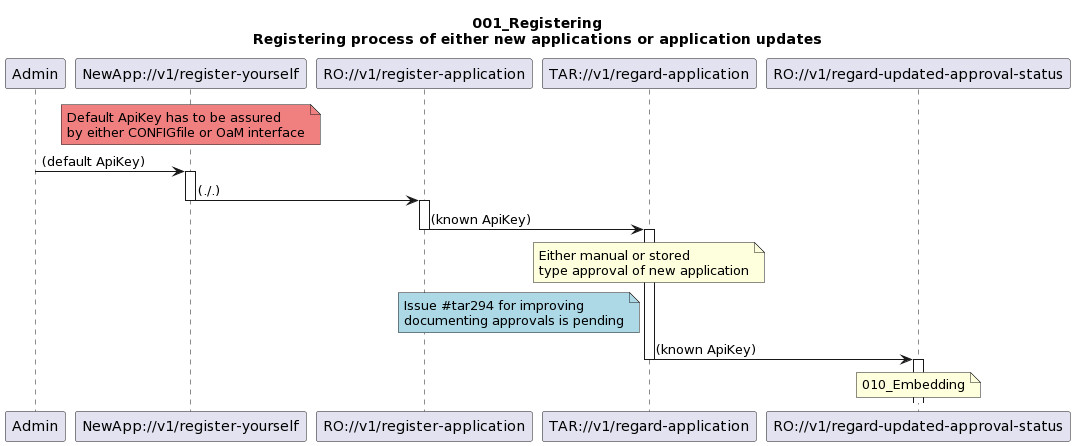
openBackhaul/ApplicationPattern keeps this PlantUML diagram as spec/diagrams/systemScope/001_Registering.png. Above is the earlier version. Its diagram source:
```plantuml
@startuml
skinparam responseMessageBelowArrow true

title
001_Registering
Registering process of either new applications or application updates
end title

participant "Admin" as Admin
participant "NewApp://v1/register-yourself" as NewAppRegYs
participant "RO://v1/register-application" as RoRegiA
participant "TAR://v1/regard-application" as TarRegaA
participant "RO://v1/regard-updated-approval-status" as RoRegaUa

note over NewAppRegYs #LightCoral
Default ApiKey has to be assured
by either CONFIGfile or OaM interface
end note

Admin -> NewAppRegYs : (default ApiKey)

activate NewAppRegYs
NewAppRegYs -> RoRegiA : (./.)
deactivate NewAppRegYs

activate RoRegiA
RoRegiA -> TarRegaA : (known ApiKey)
deactivate RoRegiA

activate TarRegaA
note over TarRegaA
Either manual or stored
type approval of new application
end note
note left TarRegaA #LightBlue
Issue #tar294 for improving
documenting approvals is pending
end note
TarRegaA -> RoRegaUa : (known ApiKey)
deactivate TarRegaA

activate RoRegaUa

note over RoRegaUa
010_Embedding
end note

deactivate RoRegaUa
@enduml
```
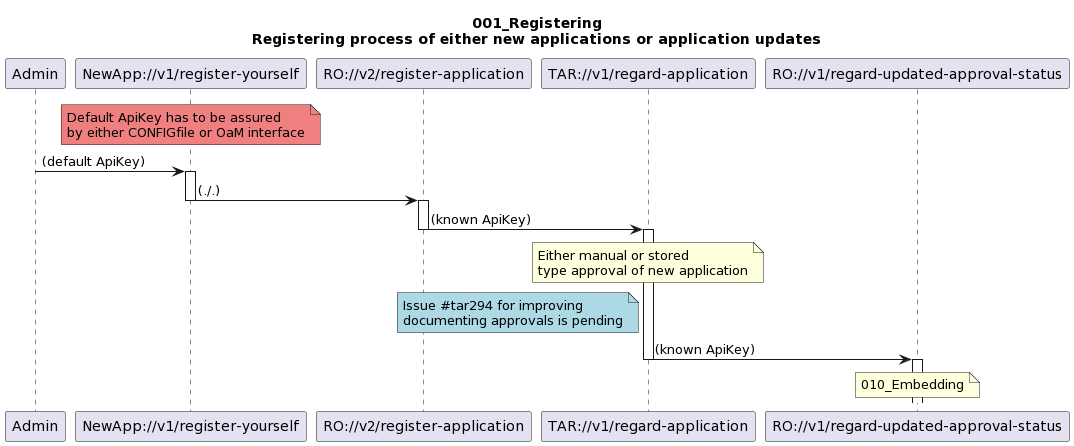
After the change.

The edit, as a diff of the source:
```diff
@@ -8,7 +8,7 @@
 
 participant "Admin" as Admin
 participant "NewApp://v1/register-yourself" as NewAppRegYs
-participant "RO://v1/register-application" as RoRegiA
+participant "RO://v2/register-application" as RoRegiA
 participant "TAR://v1/regard-application" as TarRegaA
 participant "RO://v1/regard-updated-approval-status" as RoRegaUa
 
```
